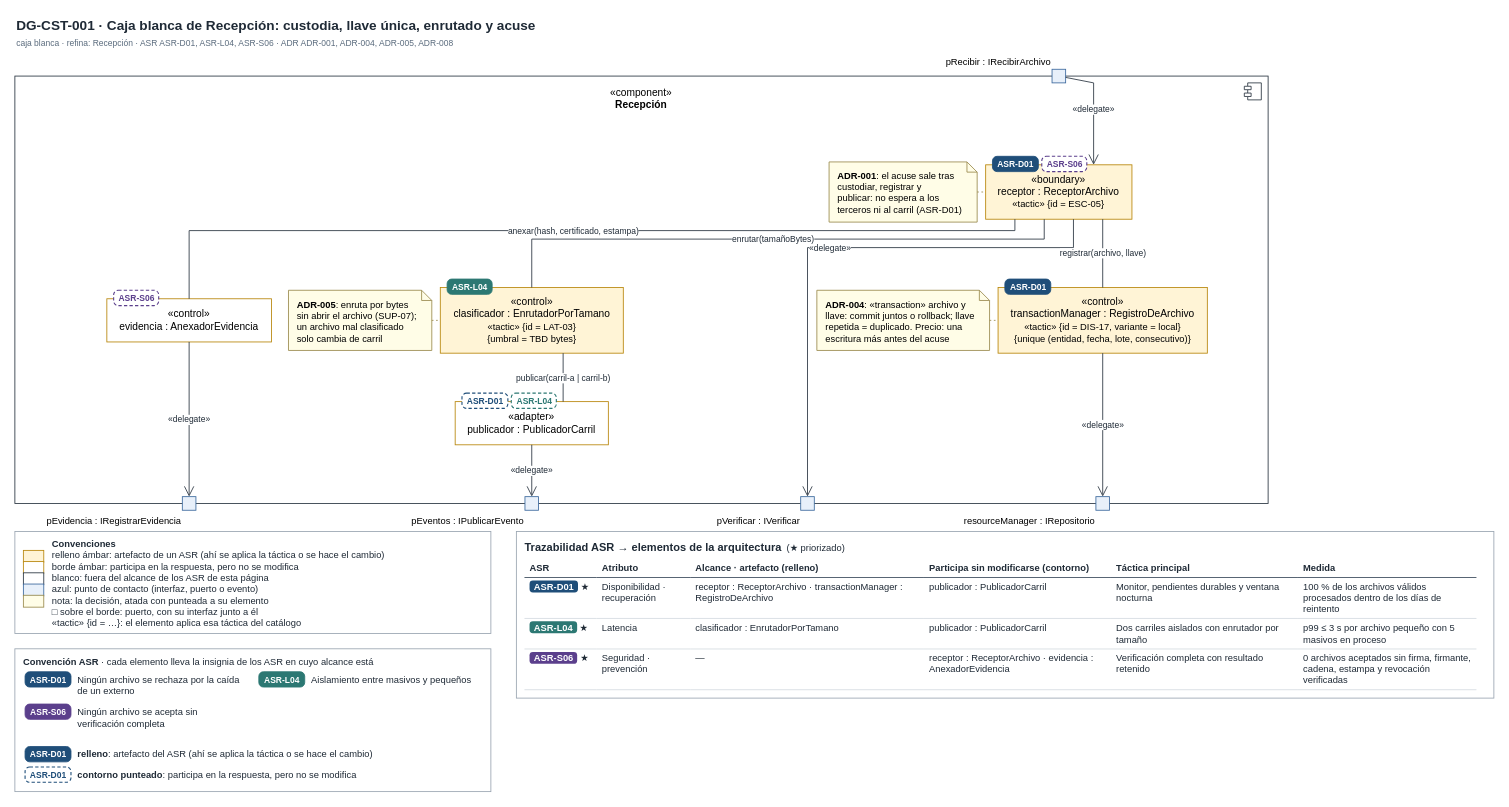
Before: page "DG-CST-001 · Recepción (caja blanca)" (2 of 4) of docs/modelos/drawio/vista-componentes.drawio in MATI-MBIT/arqsoft-reto-4, a draw.io diagram. Source tidied: cells renumbered, new cells numbered last; positions are measured from the earlier drawing's top-left corner, leaving out a move shared by most shapes. Both pictures are drawn from the tidied source at 85%, with x=0, y=0 at pixel (14, 14).
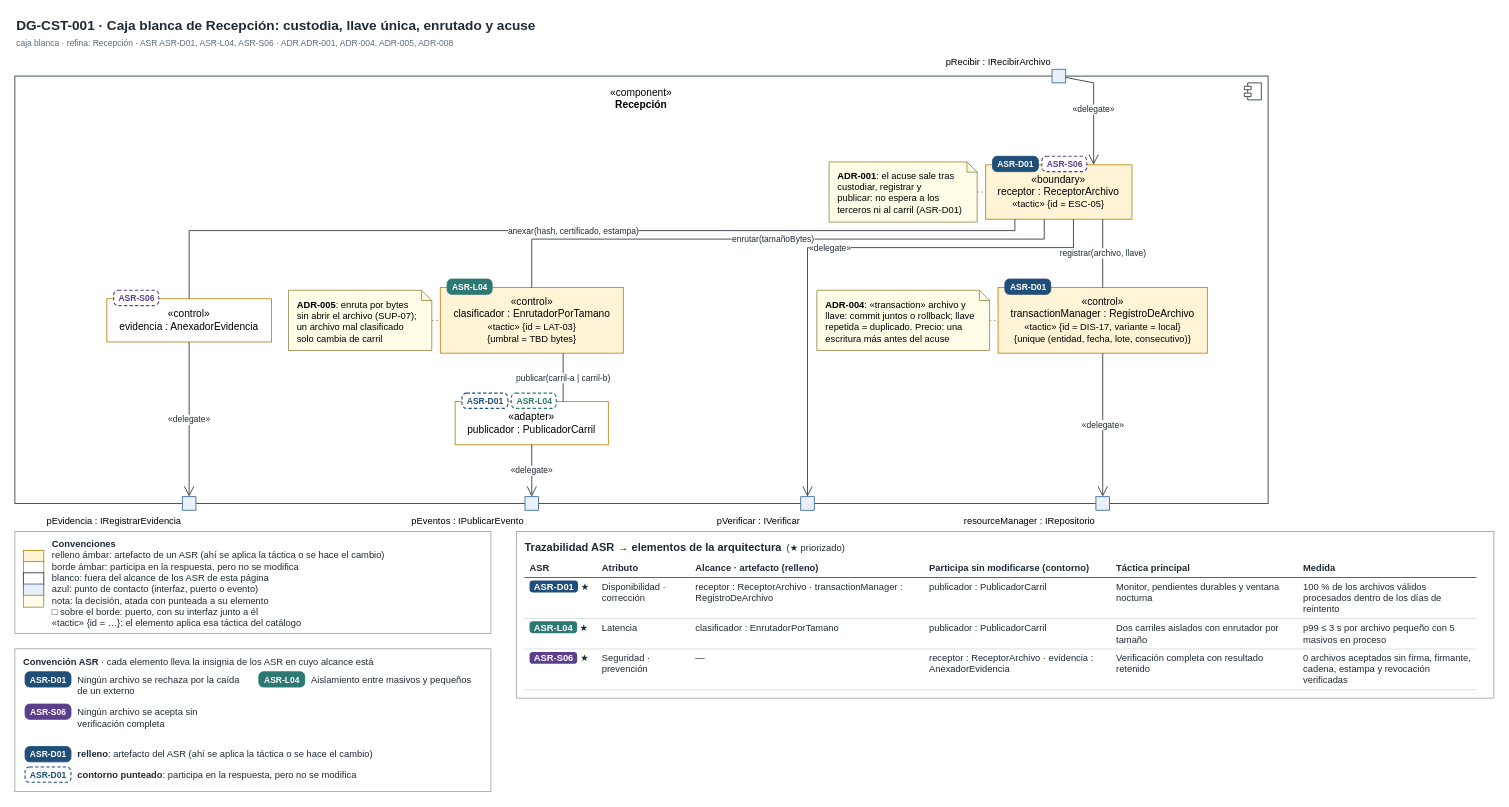
The same diagram, later.

What changed in the source:
```diff
@@
-    <mxCell id="55" value="&lt;b style=&quot;font-size:13px&quot;&gt;Trazabilidad ASR → elementos de la arquitectura&lt;/b&gt; &amp;nbsp;(★ priorizado)&lt;table style=&quot;border-collapse:collapse;table-layout:fixed;width:1120px;margin-top:6px;font-size:11px&quot;&gt;&lt;tr&gt;&lt;th style=&quot;border-bottom:1.5px solid #3B4B5C;text-align:left;padding:4px 6px;width:73px&quot;&gt;ASR&lt;/th&gt;&lt;th style=&quot;border-bottom:1.5px solid #3B4B5C;text-align:left;padding:4px 6px;width:98px&quot;&gt;Atributo&lt;/th&gt;&lt;th style=&quot;border-bottom:1.5px solid #3B4B5C;text-align:left;padding:4px 6px;width:263px&quot;&gt;Alcance · artefacto (relleno)&lt;/th&gt;&lt;th style=&quot;border-bottom:1.5px solid #3B4B5C;text-align:left;padding:4px 6px;width:208px&quot;&gt;Participa sin modificarse (contorno)&lt;/th&gt;&lt;th style=&quot;border-bottom:1.5px solid #3B4B5C;text-align:left;padding:4px 6px;width:208px&quot;&gt;Táctica principal&lt;/th&gt;&lt;th style=&quot;border-bottom:1.5px solid #3B4B5C;text-align:left;padding:4px 6px;width:198px&quot;&gt;Medida&lt;/th&gt;&lt;/tr&gt;&lt;tr&gt;&lt;td style=&quot;border-bottom:1px solid #D5DBE1;padding:4px 6px;vertical-align:top;white-space:nowrap&quot;&gt;&lt;span style=&quot;background:#1F4E79;color:#fff;font-weight:bold;padding:1px 5px;border-radius:4px&quot;&gt;ASR-D01&lt;/span&gt; ★&lt;/td&gt;&lt;td style=&quot;border-bottom:1px solid #D5DBE1;padding:4px 6px;vertical-align:top&quot;&gt;Disponibilidad · recuperación&lt;/td&gt;&lt;td style=&quot;border-bottom:1px solid #D5DBE1;padding:4px 6px;vertical-align:top&quot;&gt;receptor : ReceptorArchivo · transactionManager : RegistroDeArchivo&lt;/td&gt;&lt;td style=&quot;border-bottom:1px solid #D5DBE1;padding:4px 6px;vertical-align:top&quot;&gt;publicador : PublicadorCarril&lt;/td&gt;&lt;td style=&quot;border-bottom:1px solid #D5DBE1;padding:4px 6px;vertical-align:top&quot;&gt;Monitor, pendientes durables y ventana nocturna&lt;/td&gt;&lt;td style=&quot;border-bottom:1px solid #D5DBE1;padding:4px 6px;vertical-align:top&quot;&gt;100 % de los archivos válidos procesados dentro de los días de reintento&lt;/td&gt;&lt;/tr&gt;&lt;tr&gt;&lt;td style=&quot;border-bottom:1px solid #D5DBE1;padding:4px 6px;vertical-align:top;white-space:nowrap&quot;&gt;&lt;span style=&quot;background:#2C7873;color:#fff;font-weight:bold;padding:1px 5px;border-radius:4px&quot;&gt;ASR-L04&lt;/span&gt; ★&lt;/td&gt;&lt;td style=&quot;border-bottom:1px solid #D5DBE1;padding:4px 6px;vertical-align:top&quot;&gt;Latencia&lt;/td&gt;&lt;td style=&quot;border-bottom:1px solid #D5DBE1;padding:4px 6px;vertical-align:top&quot;&gt;clasificador : EnrutadorPorTamano&lt;/td&gt;&lt;td style=&quot;border-bottom:1px solid #D5DBE1;padding:4px 6px;vertical-align:top&quot;&gt;publicador : PublicadorCarril&lt;/td&gt;&lt;td style=&quot;border-bottom:1px solid #D5DBE1;padding:4px 6px;vertical-align:top&quot;&gt;Dos carriles aislados con enrutador por tamaño&lt;/td&gt;&lt;td style=&quot;border-bottom:1px solid #D5DBE1;padding:4px 6px;vertical-align:top&quot;&gt;p99 ≤ 3 s por archivo pequeño con 5 masivos en proceso&lt;/td&gt;&lt;/tr&gt;&lt;tr&gt;&lt;td style=&quot;border-bottom:1px solid #D5DBE1;padding:4px 6px;vertical-align:top;white-space:nowrap&quot;&gt;&lt;span style=&quot;background:#5B3F8C;color:#fff;font-weight:bold;padding:1px 5px;border-radius:4px&quot;&gt;ASR-S06&lt;/span&gt; ★&lt;/td&gt;&lt;td style=&quot;border-bottom:1px solid #D5DBE1;padding:4px 6px;vertical-align:top&quot;&gt;Seguridad · prevención&lt;/td&gt;&lt;td style=&quot;border-bottom:1px solid #D5DBE1;padding:4px 6px;vertical-align:top&quot;&gt;—&lt;/td&gt;&lt;td style=&quot;border-bottom:1px solid #D5DBE1;padding:4px 6px;vertical-align:top&quot;&gt;receptor : ReceptorArchivo · evidencia : AnexadorEvidencia&lt;/td&gt;&lt;td style=&quot;border-bottom:1px solid #D5DBE1;padding:4px 6px;vertical-align:top&quot;&gt;Verificación completa con resultado retenido&lt;/td&gt;&lt;td style=&quot;border-bottom:1px solid #D5DBE1;padding:4px 6px;vertical-align:top&quot;&gt;0 archivos aceptados sin firma, firmante, cadena, estampa y revocación verificadas&lt;/td&gt;&lt;/tr&gt;&lt;/table&gt;" style="text;rounded=0;whiteSpace=wrap;html=1;fillColor=#FFFFFF;strokeColor=#9AA5B1;align=left;verticalAlign=top;spacingLeft=8;spacingRight=8;spacingTop=4;fontFamily=Helvetica;fontSize=11;fontColor=#1F2A36;" parent="1" vertex="1">
+    <mxCell id="55" value="&lt;b style=&quot;font-size:13px&quot;&gt;Trazabilidad ASR → elementos de la arquitectura&lt;/b&gt; &amp;nbsp;(★ priorizado)&lt;table style=&quot;border-collapse:collapse;table-layout:fixed;width:1120px;margin-top:6px;font-size:11px&quot;&gt;&lt;tr&gt;&lt;th style=&quot;border-bottom:1.5px solid #3B4B5C;text-align:left;padding:4px 6px;width:73px&quot;&gt;ASR&lt;/th&gt;&lt;th style=&quot;border-bottom:1.5px solid #3B4B5C;text-align:left;padding:4px 6px;width:98px&quot;&gt;Atributo&lt;/th&gt;&lt;th style=&quot;border-bottom:1.5px solid #3B4B5C;text-align:left;padding:4px 6px;width:263px&quot;&gt;Alcance · artefacto (relleno)&lt;/th&gt;&lt;th style=&quot;border-bottom:1.5px solid #3B4B5C;text-align:left;padding:4px 6px;width:208px&quot;&gt;Participa sin modificarse (contorno)&lt;/th&gt;&lt;th style=&quot;border-bottom:1.5px solid #3B4B5C;text-align:left;padding:4px 6px;width:208px&quot;&gt;Táctica principal&lt;/th&gt;&lt;th style=&quot;border-bottom:1.5px solid #3B4B5C;text-align:left;padding:4px 6px;width:198px&quot;&gt;Medida&lt;/th&gt;&lt;/tr&gt;&lt;tr&gt;&lt;td style=&quot;border-bottom:1px solid #D5DBE1;padding:4px 6px;vertical-align:top;white-space:nowrap&quot;&gt;&lt;span style=&quot;background:#1F4E79;color:#fff;font-weight:bold;padding:1px 5px;border-radius:4px&quot;&gt;ASR-D01&lt;/span&gt; ★&lt;/td&gt;&lt;td style=&quot;border-bottom:1px solid #D5DBE1;padding:4px 6px;vertical-align:top&quot;&gt;Disponibilidad · corrección&lt;/td&gt;&lt;td style=&quot;border-bottom:1px solid #D5DBE1;padding:4px 6px;vertical-align:top&quot;&gt;receptor : ReceptorArchivo · transactionManager : RegistroDeArchivo&lt;/td&gt;&lt;td style=&quot;border-bottom:1px solid #D5DBE1;padding:4px 6px;vertical-align:top&quot;&gt;publicador : PublicadorCarril&lt;/td&gt;&lt;td style=&quot;border-bottom:1px solid #D5DBE1;padding:4px 6px;vertical-align:top&quot;&gt;Monitor, pendientes durables y ventana nocturna&lt;/td&gt;&lt;td style=&quot;border-bottom:1px solid #D5DBE1;padding:4px 6px;vertical-align:top&quot;&gt;100 % de los archivos válidos procesados dentro de los días de reintento&lt;/td&gt;&lt;/tr&gt;&lt;tr&gt;&lt;td style=&quot;border-bottom:1px solid #D5DBE1;padding:4px 6px;vertical-align:top;white-space:nowrap&quot;&gt;&lt;span style=&quot;background:#2C7873;color:#fff;font-weight:bold;padding:1px 5px;border-radius:4px&quot;&gt;ASR-L04&lt;/span&gt; ★&lt;/td&gt;&lt;td style=&quot;border-bottom:1px solid #D5DBE1;padding:4px 6px;vertical-align:top&quot;&gt;Latencia&lt;/td&gt;&lt;td style=&quot;border-bottom:1px solid #D5DBE1;padding:4px 6px;vertical-align:top&quot;&gt;clasificador : EnrutadorPorTamano&lt;/td&gt;&lt;td style=&quot;border-bottom:1px solid #D5DBE1;padding:4px 6px;vertical-align:top&quot;&gt;publicador : PublicadorCarril&lt;/td&gt;&lt;td style=&quot;border-bottom:1px solid #D5DBE1;padding:4px 6px;vertical-align:top&quot;&gt;Dos carriles aislados con enrutador por tamaño&lt;/td&gt;&lt;td style=&quot;border-bottom:1px solid #D5DBE1;padding:4px 6px;vertical-align:top&quot;&gt;p99 ≤ 3 s por archivo pequeño con 5 masivos en proceso&lt;/td&gt;&lt;/tr&gt;&lt;tr&gt;&lt;td style=&quot;border-bottom:1px solid #D5DBE1;padding:4px 6px;vertical-align:top;white-space:nowrap&quot;&gt;&lt;span style=&quot;background:#5B3F8C;color:#fff;font-weight:bold;padding:1px 5px;border-radius:4px&quot;&gt;ASR-S06&lt;/span&gt; ★&lt;/td&gt;&lt;td style=&quot;border-bottom:1px solid #D5DBE1;padding:4px 6px;vertical-align:top&quot;&gt;Seguridad · prevención&lt;/td&gt;&lt;td style=&quot;border-bottom:1px solid #D5DBE1;padding:4px 6px;vertical-align:top&quot;&gt;—&lt;/td&gt;&lt;td style=&quot;border-bottom:1px solid #D5DBE1;padding:4px 6px;vertical-align:top&quot;&gt;receptor : ReceptorArchivo · evidencia : AnexadorEvidencia&lt;/td&gt;&lt;td style=&quot;border-bottom:1px solid #D5DBE1;padding:4px 6px;vertical-align:top&quot;&gt;Verificación completa con resultado retenido&lt;/td&gt;&lt;td style=&quot;border-bottom:1px solid #D5DBE1;padding:4px 6px;vertical-align:top&quot;&gt;0 archivos aceptados sin firma, firmante, cadena, estampa y revocación verificadas&lt;/td&gt;&lt;/tr&gt;&lt;/table&gt;" style="text;rounded=0;whiteSpace=wrap;html=1;fillColor=#FFFFFF;strokeColor=#9AA5B1;align=left;verticalAlign=top;spacingLeft=8;spacingRight=8;spacingTop=4;fontFamily=Helvetica;fontSize=11;fontColor=#1F2A36;" parent="1" vertex="1">
       <mxGeometry x="590" y="607.8" width="1150" height="196" as="geometry" />
     </mxCell>
```
